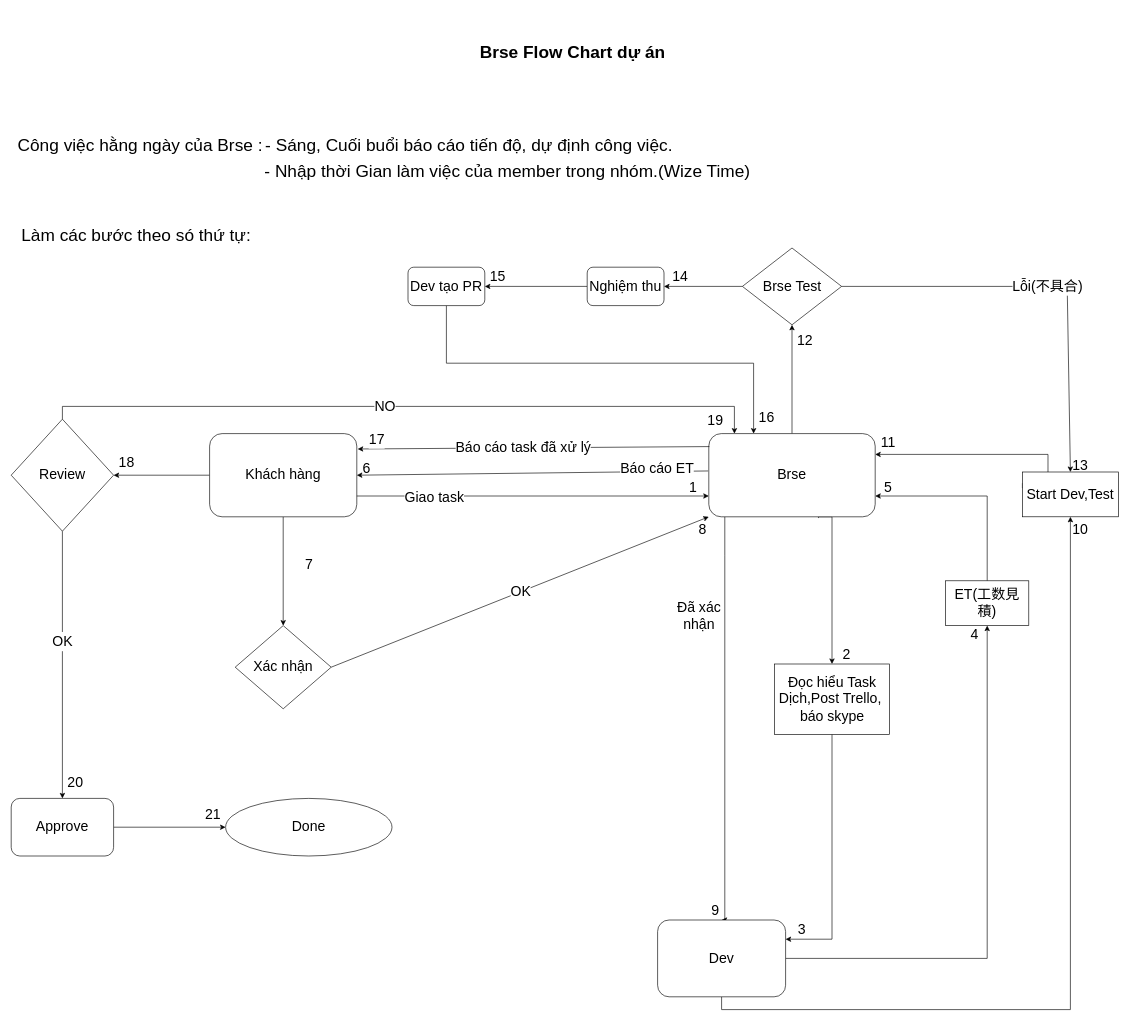
The draw.io diagram 名称未設定ファイル.drawio in Nguyenduc9x/Brse, before the edit. Source tidied: cells renumbered, new cells numbered last; positions are measured from the earlier drawing's top-left corner, leaving out a move shared by most shapes. Both pictures are drawn from the tidied source at 64%, with x=0, y=0 at pixel (11, 11).
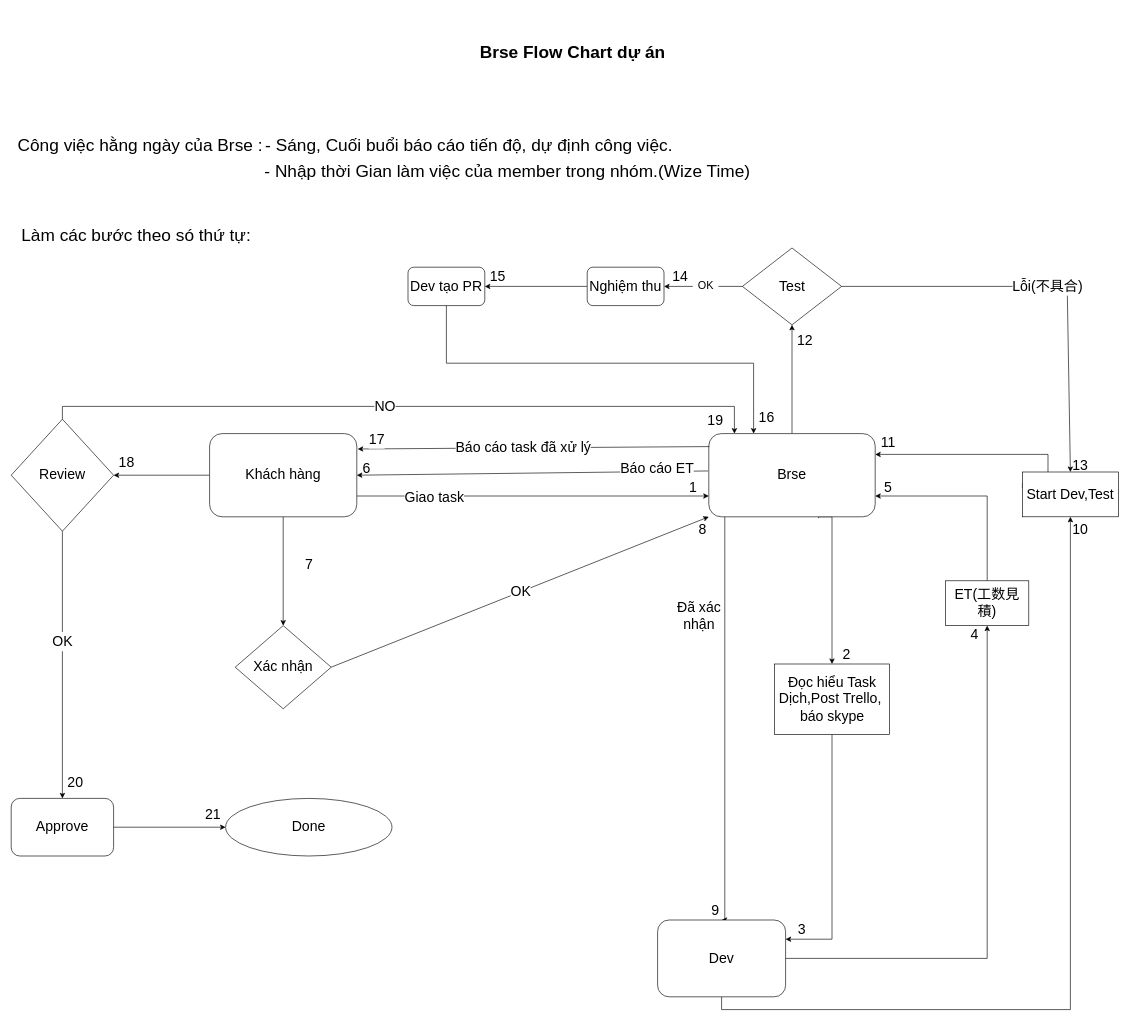
The same page after the edit.

The change refers to these unchanged cells:
```xml
<mxCell id="28" value="Nghiệm thu" style="rounded=1;whiteSpace=wrap;html=1;fontSize=22;" parent="1" vertex="1">
  <mxGeometry x="900" y="400" width="120" height="60" as="geometry" />
</mxCell>
```

Diff of the diagram source:
```diff
@@
-    <mxCell id="23" style="edgeStyle=orthogonalEdgeStyle;rounded=0;jettySize=auto;html=1;exitX=0;exitY=0.5;exitDx=0;exitDy=0;entryX=1;entryY=0.5;entryDx=0;entryDy=0;fontSize=22;" parent="1" edge="1" source="24" target="28">
+    <mxCell id="23" style="edgeStyle=orthogonalEdgeStyle;rounded=0;jettySize=auto;html=1;exitX=0;exitY=0.5;exitDx=0;exitDy=0;entryX=1;entryY=0.5;entryDx=0;entryDy=0;fontSize=22;startArrow=none;" parent="1" edge="1" source="71" target="28">
       <mxGeometry relative="1" as="geometry" />
     </mxCell>
-    <mxCell id="24" value="Brse Test" style="rhombus;whiteSpace=wrap;html=1;fontSize=22;" parent="1" vertex="1">
+    <mxCell id="24" value="Test" style="rhombus;whiteSpace=wrap;html=1;fontSize=22;" parent="1" vertex="1">
       <mxGeometry x="1142.5" y="370" width="155" height="120" as="geometry" />
     </mxCell>
@@
+    <mxCell id="71" value="OK" style="text;html=1;align=center;verticalAlign=middle;points=[];strokeColor=none;fillColor=none;fontSize=17;" parent="1" vertex="1">
+      <mxGeometry x="1065" y="415" width="40" height="30" as="geometry" />
+    </mxCell>
+    <mxCell id="72" style="edgeStyle=orthogonalEdgeStyle;rounded=0;jettySize=auto;html=1;exitX=0;exitY=0.5;exitDx=0;exitDy=0;entryX=1;entryY=0.5;entryDx=0;entryDy=0;fontSize=22;endArrow=none;" parent="1" edge="1" source="24" target="71">
+      <mxGeometry relative="1" as="geometry" />
+    </mxCell>
```
